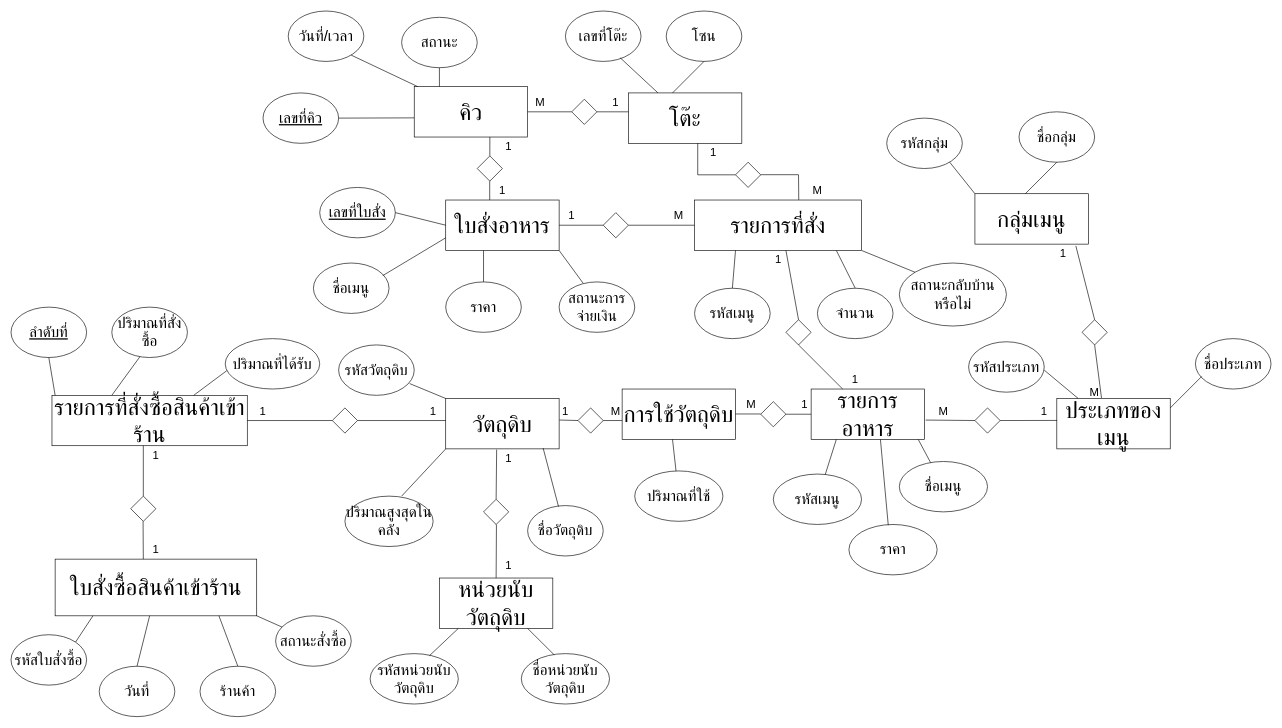
Before: แบบแผนที่ยังไม่ได้ตั้งชื่อ.drawio in banthitamakjeen/git-workshop, a draw.io diagram. Source tidied: cells renumbered, new cells numbered last; positions are measured from the earlier drawing's top-left corner, leaving out a move shared by most shapes. Both pictures are drawn from the tidied source at 63%, with x=0, y=0 at pixel (11, 11).
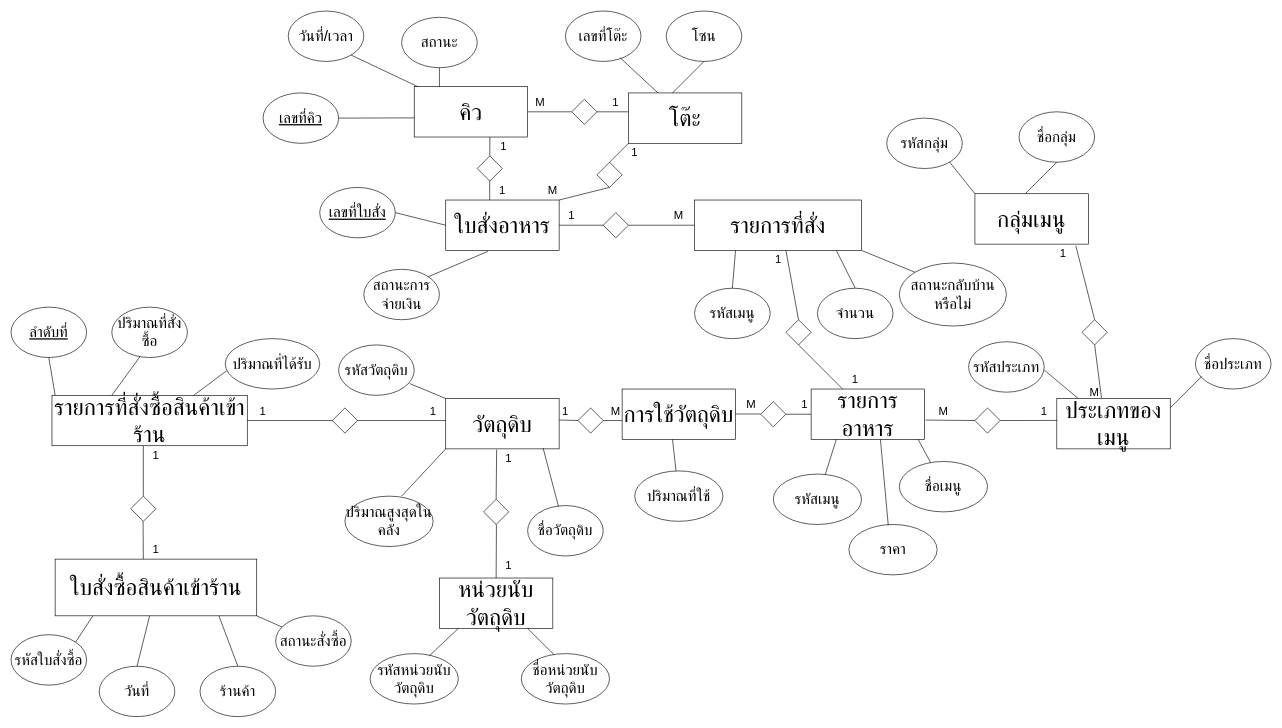
Above is the later version.

Unchanged cells that the change refers to:
```xml
<mxCell id="33" value="&lt;font style=&quot;font-size: 36px;&quot;&gt;โต๊ะ&lt;/font&gt;" style="rounded=0;whiteSpace=wrap;html=1;" parent="1" vertex="1">
  <mxGeometry x="980" y="130" width="180" height="80" as="geometry" />
</mxCell>
<mxCell id="36" value="&lt;font style=&quot;font-size: 36px;&quot;&gt;ใบสั่งอาหาร&lt;/font&gt;" style="rounded=0;whiteSpace=wrap;html=1;" parent="1" vertex="1">
  <mxGeometry x="690" y="300" width="180" height="80" as="geometry" />
</mxCell>
<mxCell id="42" value="&lt;font style=&quot;font-size: 36px;&quot;&gt;รายการที่สั่ง&lt;/font&gt;" style="rounded=0;whiteSpace=wrap;html=1;" parent="1" vertex="1">
  <mxGeometry x="1085" y="300" width="265" height="80" as="geometry" />
</mxCell>
```

Change to the diagram source:
```diff
@@
-    <mxCell id="39" value="&lt;font style=&quot;font-size: 24px;&quot;&gt;ชื่อเมนู&lt;/font&gt;" style="ellipse;whiteSpace=wrap;html=1;" parent="1" vertex="1">
-      <mxGeometry x="480" y="400" width="120" height="80" as="geometry" />
-    </mxCell>
-    <mxCell id="40" value="&lt;font style=&quot;font-size: 24px;&quot;&gt;ราคา&lt;/font&gt;" style="ellipse;whiteSpace=wrap;html=1;" parent="1" vertex="1">
-      <mxGeometry x="690" y="430" width="120" height="80" as="geometry" />
-    </mxCell>
     <mxCell id="41" value="&lt;font style=&quot;font-size: 24px;&quot;&gt;สถานะการจ่ายเงิน&lt;/font&gt;" style="ellipse;whiteSpace=wrap;html=1;" parent="1" vertex="1">
-      <mxGeometry x="870" y="430" width="120" height="80" as="geometry" />
+      <mxGeometry x="560" y="410" width="120" height="80" as="geometry" />
     </mxCell>
@@
     <mxCell id="48" style="rhombus;whiteSpace=wrap;html=1;" parent="1" vertex="1">
-      <mxGeometry x="1150" y="240" width="40" height="40" as="geometry" />
+      <mxGeometry x="930" y="240" width="40" height="40" as="geometry" />
     </mxCell>
@@
-    <mxCell id="58" style="endArrow=none;html=1;rounded=0;" parent="1" edge="1">
-      <mxGeometry relative="1" as="geometry">
-        <mxPoint x="1090" y="260" as="sourcePoint" />
-        <mxPoint x="1150" y="260" as="targetPoint" />
-      </mxGeometry>
-    </mxCell>
-    <mxCell id="59" style="endArrow=none;html=1;rounded=0;" parent="1" edge="1">
-      <mxGeometry relative="1" as="geometry">
-        <mxPoint x="1190" y="259.8" as="sourcePoint" />
-        <mxPoint x="1250" y="259.8" as="targetPoint" />
-      </mxGeometry>
-    </mxCell>
-    <mxCell id="60" style="endArrow=none;html=1;rounded=0;" parent="1" edge="1">
+    <mxCell id="60" style="endArrow=none;html=1;rounded=0;exitX=1.032;exitY=0.431;exitDx=0;exitDy=0;exitPerimeter=0;entryX=0;entryY=1;entryDx=0;entryDy=0;" parent="1" edge="1" target="33">
       <mxGeometry relative="1" as="geometry">
-        <mxPoint x="1090" y="260" as="sourcePoint" />
-        <mxPoint x="1090" y="210" as="targetPoint" />
+        <mxPoint x="950" y="240" as="sourcePoint" />
       </mxGeometry>
     </mxCell>
-    <mxCell id="61" style="endArrow=none;html=1;rounded=0;exitX=0.624;exitY=-0.002;exitDx=0;exitDy=0;exitPerimeter=0;" parent="1" edge="1" source="42">
+    <mxCell id="61" style="endArrow=none;html=1;rounded=0;exitX=1;exitY=0;exitDx=0;exitDy=0;" parent="1" edge="1" source="36">
       <mxGeometry relative="1" as="geometry">
-        <mxPoint x="1250" y="260" as="targetPoint" />
+        <mxPoint x="949.6" y="280" as="targetPoint" />
       </mxGeometry>
     </mxCell>
@@
-    <mxCell id="97" style="endArrow=none;html=1;rounded=0;entryX=0;entryY=0.75;entryDx=0;entryDy=0;" parent="1" edge="1" target="36">
-      <mxGeometry relative="1" as="geometry">
-        <mxPoint x="590" y="420" as="sourcePoint" />
-      </mxGeometry>
-    </mxCell>
-    <mxCell id="98" style="endArrow=none;html=1;rounded=0;exitX=0.5;exitY=0;exitDx=0;exitDy=0;" parent="1" edge="1" source="40">
-      <mxGeometry relative="1" as="geometry">
-        <mxPoint x="750" y="380" as="targetPoint" />
-      </mxGeometry>
-    </mxCell>
-    <mxCell id="99" style="endArrow=none;html=1;rounded=0;exitX=0.318;exitY=0.027;exitDx=0;exitDy=0;exitPerimeter=0;" parent="1" edge="1" source="41">
-      <mxGeometry relative="1" as="geometry">
-        <mxPoint x="870" y="380" as="targetPoint" />
-      </mxGeometry>
+    <mxCell id="99" style="endArrow=none;html=1;rounded=0;exitX=1;exitY=0;exitDx=0;exitDy=0;entryX=0.372;entryY=1.018;entryDx=0;entryDy=0;entryPerimeter=0;" parent="1" edge="1" source="41" target="36">
+      <mxGeometry relative="1" as="geometry" />
     </mxCell>
@@
     <mxCell id="115" value="&lt;font style=&quot;font-size: 18px;&quot;&gt;1&lt;/font&gt;" style="text;html=1;align=center;verticalAlign=middle;whiteSpace=wrap;rounded=0;" parent="1" vertex="1">
-      <mxGeometry x="760" y="200" width="60" height="30" as="geometry" />
+      <mxGeometry x="752" y="200" width="60" height="30" as="geometry" />
     </mxCell>
@@
-    <mxCell id="133" value="&lt;font style=&quot;font-size: 18px;&quot;&gt;1&lt;/font&gt;" style="text;html=1;align=center;verticalAlign=middle;whiteSpace=wrap;rounded=0;" parent="1" vertex="1">
-      <mxGeometry x="1085" y="210" width="60" height="30" as="geometry" />
+    <mxCell id="133" value="&lt;span style=&quot;font-size: 18px;&quot;&gt;M&lt;/span&gt;" style="text;html=1;align=center;verticalAlign=middle;whiteSpace=wrap;rounded=0;" parent="1" vertex="1">
+      <mxGeometry x="830" y="270" width="60" height="30" as="geometry" />
     </mxCell>
-    <mxCell id="134" value="&lt;font style=&quot;font-size: 18px;&quot;&gt;M&lt;/font&gt;" style="text;html=1;align=center;verticalAlign=middle;whiteSpace=wrap;rounded=0;" parent="1" vertex="1">
-      <mxGeometry x="1250" y="270" width="60" height="30" as="geometry" />
+    <mxCell id="134" value="&lt;font style=&quot;font-size: 18px;&quot;&gt;1&lt;/font&gt;" style="text;html=1;align=center;verticalAlign=middle;whiteSpace=wrap;rounded=0;" parent="1" vertex="1">
+      <mxGeometry x="960" y="210" width="60" height="30" as="geometry" />
     </mxCell>
```
